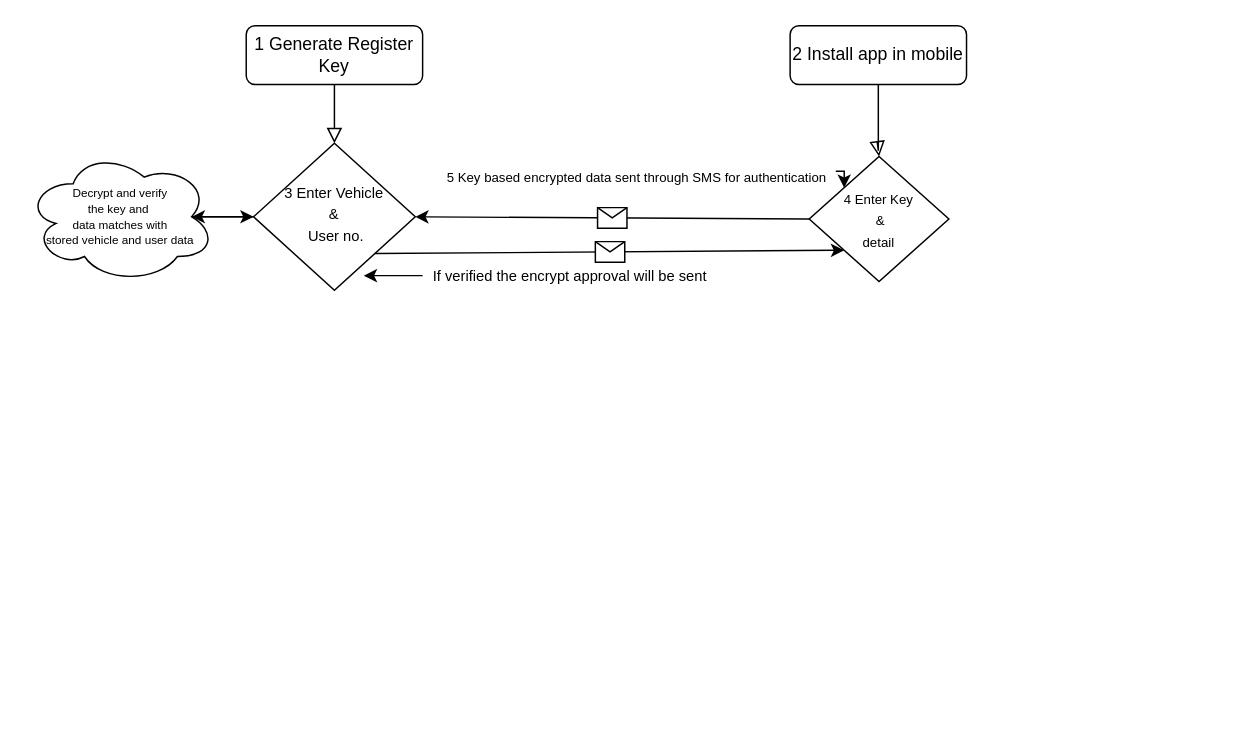
The draw.io diagram Untitled Diagram.drawio in Loveleet/Loveleet, before the edit. Source tidied: cells renumbered, new cells numbered last; positions are measured from the earlier drawing's top-left corner, leaving out a move shared by most shapes. Both pictures are drawn from the tidied source at 147%, with x=0, y=0 at pixel (25, 25).
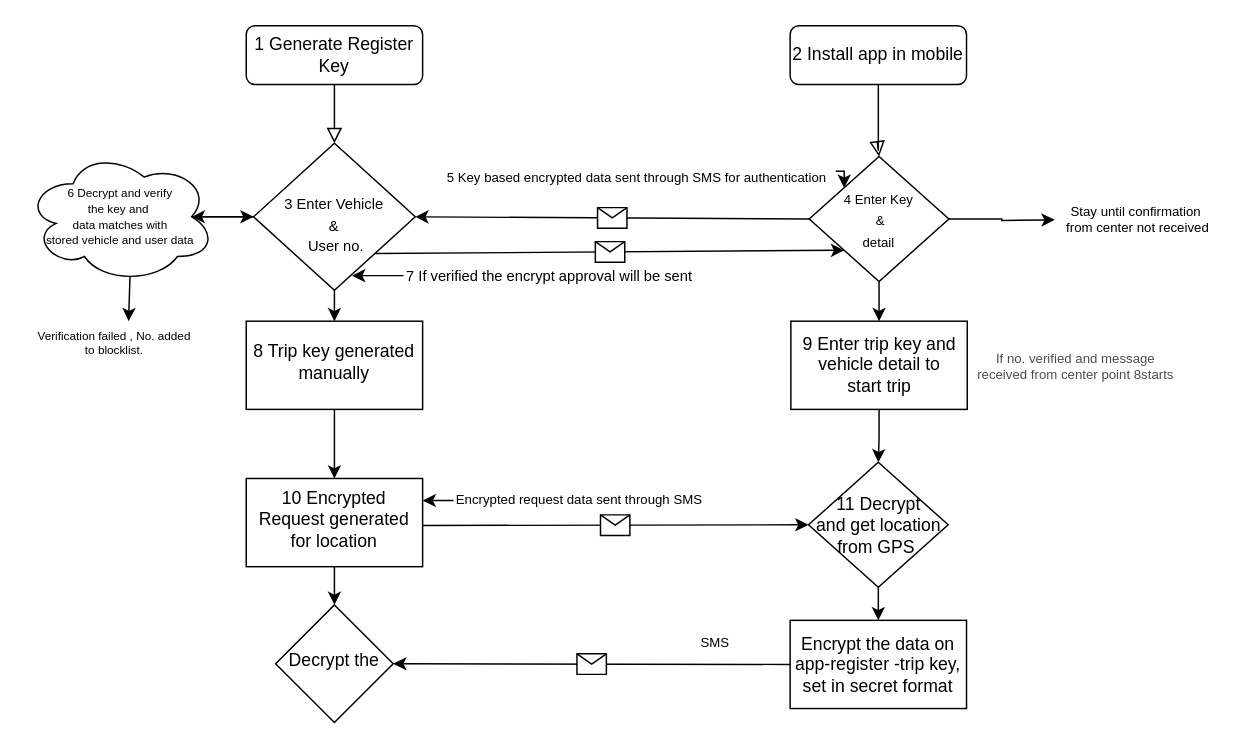
The same page after the edit.

Unchanged cells that the change refers to:
```xml
<mxCell id="7" value="&lt;font style=&quot;font-size: 9px&quot;&gt;4 Enter Key&lt;br&gt;&amp;nbsp;&amp;amp; &lt;br&gt;detail&lt;/font&gt;" style="rhombus;whiteSpace=wrap;html=1;" parent="1" vertex="1">
  <mxGeometry x="533" y="89" width="95" height="85" as="geometry" />
</mxCell>
```

Diff of the diagram source:
```diff
@@
+    <mxCell id="19" style="edgeStyle=orthogonalEdgeStyle;rounded=0;jettySize=auto;html=1;fontSize=9;" parent="1" edge="1" source="5" target="29">
+      <mxGeometry relative="1" as="geometry" />
+    </mxCell>
-    <mxCell id="5" value="&lt;font style=&quot;font-size: 10px&quot;&gt;3 Enter Vehicle &lt;br&gt;&amp;amp;&lt;br&gt;&amp;nbsp;User no.&lt;/font&gt;" style="rhombus;whiteSpace=wrap;html=1;shadow=0;fontFamily=Helvetica;fontSize=12;align=center;strokeWidth=1;spacing=6;spacingTop=-4;" parent="1" vertex="1">
+    <mxCell id="5" value="&lt;font style=&quot;font-size: 10px&quot;&gt;&lt;br&gt;3 Enter Vehicle &lt;br&gt;&amp;amp;&lt;br&gt;&amp;nbsp;User no.&lt;/font&gt;" style="rhombus;whiteSpace=wrap;html=1;shadow=0;fontFamily=Helvetica;fontSize=12;align=center;strokeWidth=1;spacing=6;spacingTop=-4;" parent="1" vertex="1">
       <mxGeometry x="155" y="80" width="110" height="100" as="geometry" />
     </mxCell>
@@
+    <mxCell id="20" style="edgeStyle=orthogonalEdgeStyle;rounded=0;jettySize=auto;html=1;fontSize=8;" parent="1" edge="1" source="7" target="25">
+      <mxGeometry relative="1" as="geometry" />
+    </mxCell>
+    <mxCell id="21" style="edgeStyle=orthogonalEdgeStyle;rounded=0;jettySize=auto;html=1;exitX=1;exitY=0.5;exitDx=0;exitDy=0;fontSize=9;" parent="1" edge="1" source="7">
+      <mxGeometry relative="1" as="geometry">
+        <mxPoint x="700" y="132" as="targetPoint" />
+      </mxGeometry>
+    </mxCell>
@@
-    <mxCell id="15" style="edgeStyle=orthogonalEdgeStyle;rounded=0;jettySize=auto;html=1;fontSize=9;" parent="1" edge="1" source="16">
+    <mxCell id="15" style="edgeStyle=orthogonalEdgeStyle;rounded=0;orthogonalLoop=1;jettySize=auto;html=1;fontSize=9;" parent="1" edge="1">
       <mxGeometry relative="1" as="geometry">
-        <mxPoint x="230" y="170" as="targetPoint" />
+        <mxPoint x="257" y="170" as="sourcePoint" />
+        <mxPoint x="222" y="170" as="targetPoint" />
       </mxGeometry>
     </mxCell>
-    <mxCell id="16" value="&lt;font size=&quot;1&quot;&gt;If verified the encrypt approval will be sent&lt;/font&gt;" style="text;html=1;align=center;verticalAlign=middle;points=[];strokeColor=none;fillColor=none;fontSize=8;" parent="1" vertex="1">
-      <mxGeometry x="270" y="160" width="200" height="20" as="geometry" />
+    <mxCell id="16" value="&lt;font size=&quot;1&quot;&gt;7 If verified the encrypt approval will be sent&lt;/font&gt;" style="text;html=1;align=center;verticalAlign=middle;points=[];strokeColor=none;fillColor=none;fontSize=8;" parent="1" vertex="1">
+      <mxGeometry x="251" y="160" width="210" height="20" as="geometry" />
     </mxCell>
@@
+    <mxCell id="22" style="edgeStyle=orthogonalEdgeStyle;rounded=0;jettySize=auto;html=1;exitX=0.55;exitY=0.95;exitDx=0;exitDy=0;exitPerimeter=0;entryX=0.583;entryY=0;entryDx=0;entryDy=0;entryPerimeter=0;fontSize=8;" parent="1" edge="1" source="18" target="23">
+      <mxGeometry relative="1" as="geometry" />
+    </mxCell>
-    <mxCell id="18" value="&lt;font style=&quot;font-size: 8px&quot;&gt;Decrypt and verify &lt;br&gt;the key and&amp;nbsp;&lt;br&gt;data matches with&lt;br&gt;stored vehicle and user data&lt;/font&gt;" style="ellipse;shape=cloud;whiteSpace=wrap;html=1;fontSize=9;" parent="1" vertex="1">
+    <mxCell id="18" value="&lt;font style=&quot;font-size: 8px&quot;&gt;6 Decrypt and verify &lt;br&gt;the key and&amp;nbsp;&lt;br&gt;data matches with&lt;br&gt;stored vehicle and user data&lt;/font&gt;" style="ellipse;shape=cloud;whiteSpace=wrap;html=1;fontSize=9;" parent="1" vertex="1">
       <mxGeometry y="85" width="129" height="90" as="geometry" />
     </mxCell>
+    <mxCell id="23" value="Verification failed , No. added&lt;br&gt;to blocklist." style="text;html=1;align=center;verticalAlign=middle;points=[];strokeColor=none;fillColor=none;fontSize=8;" parent="1" vertex="1">
+      <mxGeometry y="201" width="120" height="30" as="geometry" />
+    </mxCell>
+    <mxCell id="24" style="edgeStyle=orthogonalEdgeStyle;rounded=0;jettySize=auto;html=1;fontSize=9;entryX=0.5;entryY=0;entryDx=0;entryDy=0;" parent="1" edge="1" source="25" target="35">
+      <mxGeometry relative="1" as="geometry" />
+    </mxCell>
+    <mxCell id="25" value="9 Enter trip key and vehicle detail to&lt;br&gt;start trip" style="whiteSpace=wrap;html=1;" parent="1" vertex="1">
+      <mxGeometry x="520.5" y="201" width="120" height="60" as="geometry" />
+    </mxCell>
+    <mxCell id="26" value="&lt;font style=&quot;font-size: 9px&quot;&gt;If no. verified and message &lt;br&gt;received from center point 8starts&lt;/font&gt;" style="text;html=1;align=center;verticalAlign=middle;strokeColor=none;fillColor=none;fontSize=8;textOpacity=70;" parent="1" vertex="1">
+      <mxGeometry x="639" y="217" width="150" height="30" as="geometry" />
+    </mxCell>
+    <mxCell id="27" value="Stay until confirmation&lt;br&gt;&amp;nbsp;from center not received" style="text;html=1;align=center;verticalAlign=middle;strokeColor=none;fillColor=none;fontSize=9;" parent="1" vertex="1">
+      <mxGeometry x="695" y="116.5" width="120" height="30" as="geometry" />
+    </mxCell>
+    <mxCell id="28" style="edgeStyle=orthogonalEdgeStyle;rounded=0;jettySize=auto;html=1;fontSize=9;" parent="1" edge="1" source="29" target="31">
+      <mxGeometry relative="1" as="geometry" />
+    </mxCell>
+    <mxCell id="29" value="8 Trip key generated manually" style="whiteSpace=wrap;html=1;shadow=0;strokeWidth=1;spacing=6;spacingTop=-4;" parent="1" vertex="1">
+      <mxGeometry x="150" y="201" width="120" height="60" as="geometry" />
+    </mxCell>
+    <mxCell id="30" style="edgeStyle=orthogonalEdgeStyle;rounded=0;jettySize=auto;html=1;fontSize=9;" parent="1" edge="1" source="31" target="41">
+      <mxGeometry relative="1" as="geometry" />
+    </mxCell>
+    <mxCell id="31" value="10 Encrypted&lt;br&gt;Request generated for location" style="whiteSpace=wrap;html=1;shadow=0;strokeWidth=1;spacing=6;spacingTop=-4;" parent="1" vertex="1">
+      <mxGeometry x="150" y="308" width="120" height="60" as="geometry" />
+    </mxCell>
+    <mxCell id="32" style="endArrow=classic;html=1;rounded=0;fontSize=8;exitX=1;exitY=0.5;exitDx=0;exitDy=0;entryX=0;entryY=0.5;entryDx=0;entryDy=0;" parent="1" edge="1" target="35">
+      <mxGeometry relative="1" as="geometry">
+        <mxPoint x="270" y="340" as="sourcePoint" />
+      </mxGeometry>
+    </mxCell>
+    <mxCell id="33" style="shape=message;html=1;fontSize=8;" parent="32" vertex="1">
+      <mxGeometry width="20" height="14" relative="1" as="geometry">
+        <mxPoint x="-10" y="-7" as="offset" />
+      </mxGeometry>
+    </mxCell>
+    <mxCell id="34" style="edgeStyle=orthogonalEdgeStyle;rounded=0;jettySize=auto;html=1;fontSize=9;" parent="1" edge="1" source="35" target="38">
+      <mxGeometry relative="1" as="geometry" />
+    </mxCell>
+    <mxCell id="35" value="11 Decrypt &lt;br&gt;and get location&lt;br&gt;from GPS&amp;nbsp;" style="rhombus;whiteSpace=wrap;html=1;" parent="1" vertex="1">
+      <mxGeometry x="532.5" y="297" width="95" height="85" as="geometry" />
+    </mxCell>
+    <mxCell id="36" style="edgeStyle=orthogonalEdgeStyle;rounded=0;jettySize=auto;html=1;fontSize=9;entryX=1;entryY=0.25;entryDx=0;entryDy=0;" parent="1" edge="1" source="37" target="31">
+      <mxGeometry relative="1" as="geometry" />
+    </mxCell>
+    <mxCell id="37" value="Encrypted request data sent through SMS" style="text;html=1;align=left;verticalAlign=middle;points=[];strokeColor=none;fillColor=none;fontSize=9;" parent="1" vertex="1">
+      <mxGeometry x="291" y="313" width="180" height="20" as="geometry" />
+    </mxCell>
+    <mxCell id="38" value="Encrypt the data on app-register -trip key,&lt;br&gt;set in secret format" style="whiteSpace=wrap;html=1;" parent="1" vertex="1">
+      <mxGeometry x="520" y="404.5" width="120" height="60" as="geometry" />
+    </mxCell>
+    <mxCell id="39" style="endArrow=classic;html=1;rounded=0;fontSize=10;exitX=0;exitY=0.5;exitDx=0;exitDy=0;entryX=1;entryY=0.5;entryDx=0;entryDy=0;" parent="1" edge="1" source="38" target="41">
+      <mxGeometry relative="1" as="geometry" />
+    </mxCell>
+    <mxCell id="40" style="shape=message;html=1;fontSize=10;" parent="39" vertex="1">
+      <mxGeometry width="20" height="14" relative="1" as="geometry">
+        <mxPoint x="-10" y="-7" as="offset" />
+      </mxGeometry>
+    </mxCell>
+    <mxCell id="41" value="Decrypt the" style="rhombus;whiteSpace=wrap;html=1;shadow=0;strokeWidth=1;spacing=6;spacingTop=-4;" parent="1" vertex="1">
+      <mxGeometry x="170" y="394" width="80" height="80" as="geometry" />
+    </mxCell>
+    <mxCell id="42" value="SMS&amp;nbsp;" style="text;html=1;align=center;verticalAlign=middle;strokeColor=none;fillColor=none;fontSize=9;" parent="1" vertex="1">
+      <mxGeometry x="450" y="410" width="40" height="20" as="geometry" />
+    </mxCell>
```
